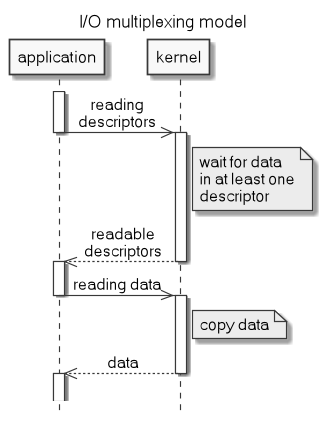
c0p4c4b4n4/demo-sockets-io-nio-nio2 keeps this PlantUML diagram as .images/IO_multiplexing_model.png. Above is the earlier version.
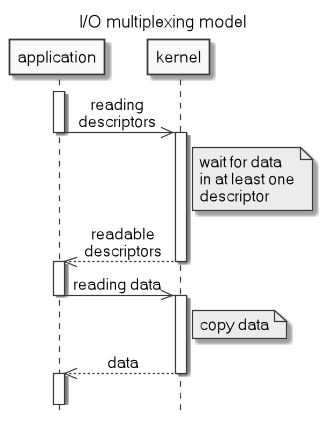
After the commit.

Diff of the diagram source:
```diff
@@ -20,5 +20,6 @@
 kernel-->>application: data
 deactivate kernel
 activate application
-||15||
+||4||
+kernel -[#white]->]
 @enduml
```
